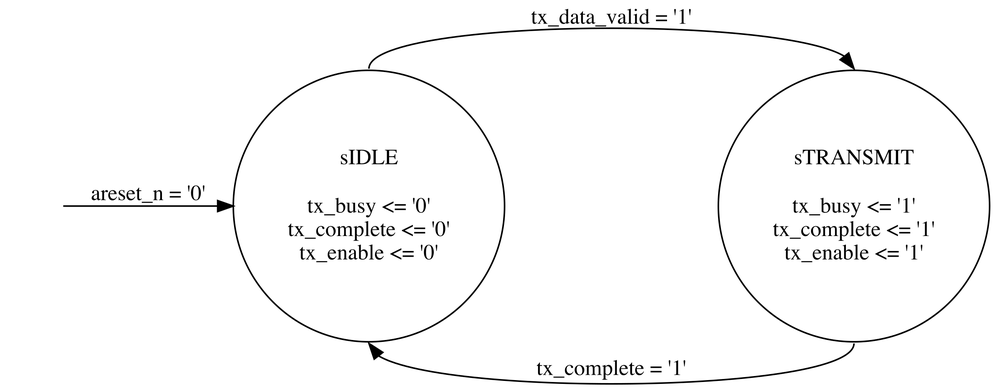
Before: fys4220-jbook/graphics/fsm_tx_uart_sd.gv.png, a diagram exported from Graphviz (fys4220/fys4220.github.io). Its source is kept beside it as fys4220-jbook/graphics/fsm_tx_uart_sd.gv.
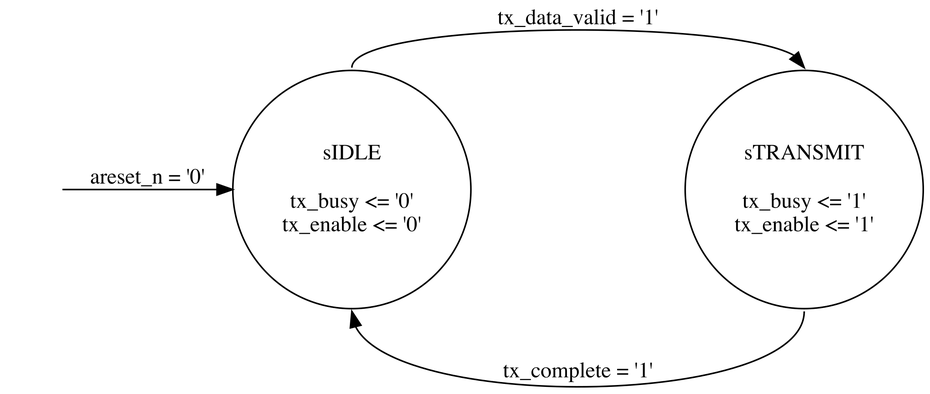
Above is the later version.

What changed in the source:
```diff
@@ -5,12 +5,10 @@
 	sIDLE [label="sIDLE
 
  tx_busy <= '0'
- tx_complete <= '0'
  tx_enable <= '0'"]
 	sTRANSMIT [label="sTRANSMIT
 
  tx_busy <= '1'
- tx_complete <= '1'
  tx_enable <= '1'"]
 	a:e -> sIDLE:w [label="areset_n = '0'"]
 	sIDLE:n -> sTRANSMIT:n [label="tx_data_valid = '1'"]
```
